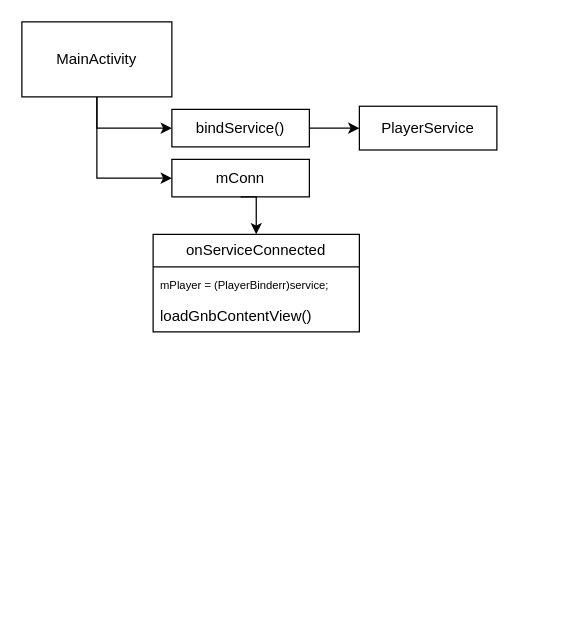
Earlier version of the draw.io diagram myk.drawio (b3lon9/uml). Source tidied: cells renumbered, new cells numbered last; positions are measured from the earlier drawing's top-left corner, leaving out a move shared by most shapes. Both pictures are drawn from the tidied source at 125%, with x=0, y=0 at pixel (21, 21).
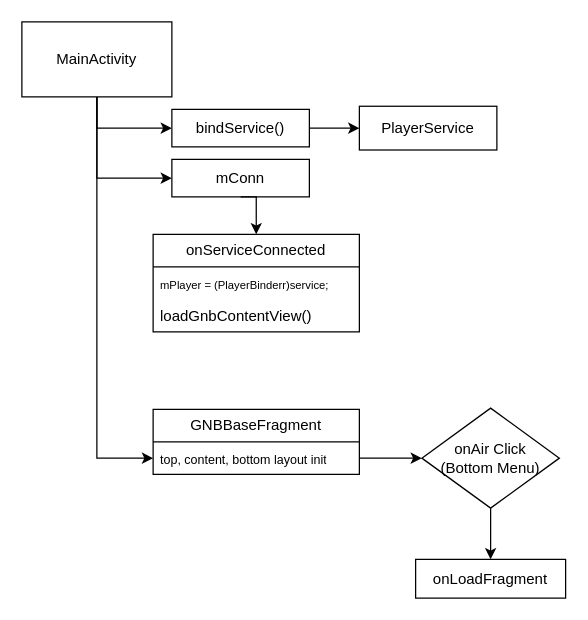
After the change.

Unchanged cells that the change refers to:
```xml
<mxCell id="4" value="MainActivity" style="rounded=0;whiteSpace=wrap;html=1;" parent="1" vertex="1">
  <mxGeometry width="120" height="60" as="geometry" />
</mxCell>
```

Diff of the diagram source:
```diff
@@
+    <mxCell id="13" style="edgeStyle=orthogonalEdgeStyle;rounded=0;jettySize=auto;html=1;entryX=0;entryY=0.5;entryDx=0;entryDy=0;" parent="1" edge="1" source="4" target="16">
+      <mxGeometry relative="1" as="geometry" />
+    </mxCell>
@@
+    <mxCell id="14" style="edgeStyle=orthogonalEdgeStyle;rounded=0;jettySize=auto;html=1;entryX=0;entryY=0.5;entryDx=0;entryDy=0;exitX=1;exitY=0.5;exitDx=0;exitDy=0;" parent="1" edge="1" source="16" target="18">
+      <mxGeometry relative="1" as="geometry" />
+    </mxCell>
+    <mxCell id="15" value="GNBBaseFragment" style="swimlane;fontStyle=0;horizontal=1;startSize=26;fillColor=none;whiteSpace=wrap;html=1;" parent="1" vertex="1">
+      <mxGeometry x="105" y="310" width="165" height="52" as="geometry" />
+    </mxCell>
+    <mxCell id="16" value="&lt;font size=&quot;1&quot;&gt;top, content, bottom layout init&lt;br&gt;&lt;/font&gt;" style="text;strokeColor=none;fillColor=none;align=left;verticalAlign=top;spacingLeft=4;spacingRight=4;overflow=hidden;points=[[0,0.5],[1,0.5]];portConstraint=eastwest;whiteSpace=wrap;html=1;" parent="15" vertex="1">
+      <mxGeometry y="26" width="165" height="26" as="geometry" />
+    </mxCell>
+    <mxCell id="17" style="edgeStyle=orthogonalEdgeStyle;rounded=0;jettySize=auto;html=1;" parent="1" edge="1" source="18" target="19">
+      <mxGeometry relative="1" as="geometry" />
+    </mxCell>
+    <mxCell id="18" value="onAir Click&lt;br&gt;(Bottom Menu)" style="rhombus;whiteSpace=wrap;html=1;" parent="1" vertex="1">
+      <mxGeometry x="320" y="309" width="110" height="80" as="geometry" />
+    </mxCell>
+    <mxCell id="19" value="onLoadFragment" style="whiteSpace=wrap;html=1;" parent="1" vertex="1">
+      <mxGeometry x="315" y="430" width="120" height="31" as="geometry" />
+    </mxCell>
```
